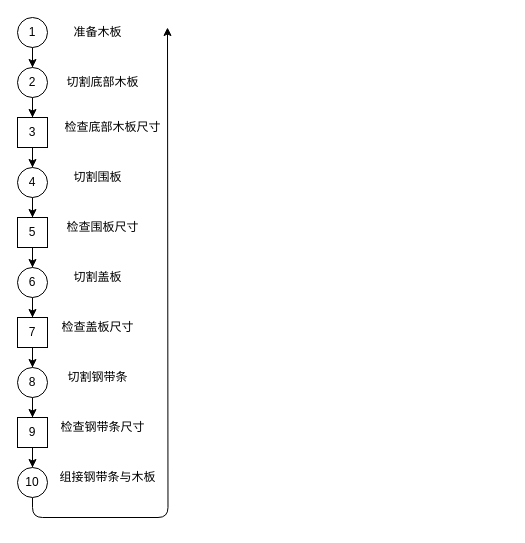
Above: 未命名绘图.drawio in ding-gif/ding-gif (draw.io), before the change. Source tidied: cells renumbered, new cells numbered last; positions are measured from the earlier drawing's top-left corner, leaving out a move shared by most shapes. Both pictures are drawn from the tidied source at 100%, with x=0, y=0 at pixel (17, 17).
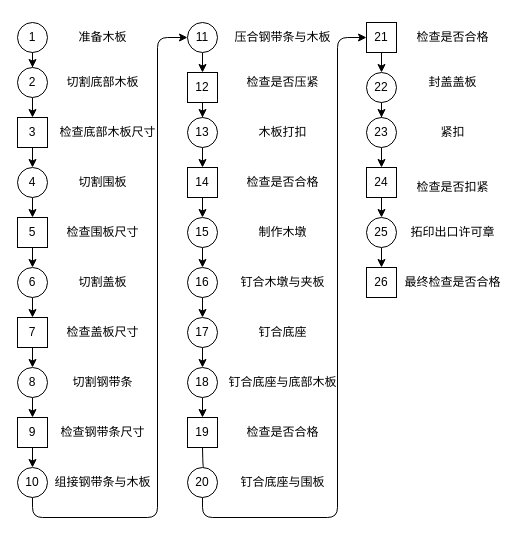
Above is the later version.

Unchanged cells that the change refers to:
```xml
<mxCell id="5" value="2" style="ellipse;whiteSpace=wrap;html=1;" parent="1" vertex="1">
  <mxGeometry y="50" width="30" height="30" as="geometry" />
</mxCell>
<mxCell id="7" value="3" style="whiteSpace=wrap;html=1;" parent="1" vertex="1">
  <mxGeometry y="100" width="30" height="30" as="geometry" />
</mxCell>
<mxCell id="12" value="4" style="ellipse;whiteSpace=wrap;html=1;" parent="1" vertex="1">
  <mxGeometry y="150" width="30" height="30" as="geometry" />
</mxCell>
<mxCell id="15" value="5" style="whiteSpace=wrap;html=1;" parent="1" vertex="1">
  <mxGeometry y="200" width="30" height="30" as="geometry" />
</mxCell>
<mxCell id="18" value="6" style="ellipse;whiteSpace=wrap;html=1;" parent="1" vertex="1">
  <mxGeometry y="250" width="30" height="30" as="geometry" />
</mxCell>
<mxCell id="21" value="7" style="whiteSpace=wrap;html=1;" parent="1" vertex="1">
  <mxGeometry y="300" width="30" height="30" as="geometry" />
</mxCell>
<mxCell id="24" value="8" style="ellipse;whiteSpace=wrap;html=1;" parent="1" vertex="1">
  <mxGeometry y="350" width="30" height="30" as="geometry" />
</mxCell>
<mxCell id="27" value="9" style="whiteSpace=wrap;html=1;" parent="1" vertex="1">
  <mxGeometry y="400" width="30" height="30" as="geometry" />
</mxCell>
<mxCell id="30" value="10" style="ellipse;whiteSpace=wrap;html=1;" parent="1" vertex="1">
  <mxGeometry y="450" width="30" height="30" as="geometry" />
</mxCell>
```

The edit, as a diff of the source:
```diff
@@
-    <mxCell id="2" style="edgeStyle=orthogonalEdgeStyle;rounded=0;jettySize=auto;html=1;" parent="1" edge="1" source="3" target="5">
+    <mxCell id="2" style="edgeStyle=orthogonalEdgeStyle;jettySize=auto;html=1;" parent="1" edge="1" source="3" target="5">
       <mxGeometry relative="1" as="geometry" />
     </mxCell>
     <mxCell id="3" value="1" style="ellipse;whiteSpace=wrap;html=1;" parent="1" vertex="1">
-      <mxGeometry width="30" height="30" as="geometry" />
+      <mxGeometry y="5" width="30" height="30" as="geometry" />
     </mxCell>
-    <mxCell id="4" style="edgeStyle=orthogonalEdgeStyle;rounded=0;jettySize=auto;html=1;" parent="1" edge="1" source="5" target="7">
+    <mxCell id="4" style="edgeStyle=orthogonalEdgeStyle;jettySize=auto;html=1;" parent="1" edge="1" source="5" target="7">
       <mxGeometry relative="1" as="geometry" />
     </mxCell>
@@
-    <mxCell id="6" style="edgeStyle=orthogonalEdgeStyle;rounded=0;jettySize=auto;html=1;" parent="1" edge="1" source="7" target="12">
+    <mxCell id="6" style="edgeStyle=orthogonalEdgeStyle;jettySize=auto;html=1;" parent="1" edge="1" source="7" target="12">
       <mxGeometry relative="1" as="geometry" />
     </mxCell>
@@
     <mxCell id="8" value="准备木板" style="text;html=1;align=center;verticalAlign=middle;strokeColor=none;" parent="1" vertex="1">
-      <mxGeometry x="50" y="5" width="60" height="20" as="geometry" />
+      <mxGeometry x="55" y="10" width="60" height="20" as="geometry" />
     </mxCell>
@@
     <mxCell id="10" value="检查底部木板尺寸" style="text;html=1;align=center;verticalAlign=middle;strokeColor=none;" parent="1" vertex="1">
-      <mxGeometry x="40" y="100" width="110" height="20" as="geometry" />
+      <mxGeometry x="35" y="105" width="110" height="20" as="geometry" />
     </mxCell>
-    <mxCell id="11" style="edgeStyle=orthogonalEdgeStyle;rounded=0;jettySize=auto;html=1;" parent="1" edge="1" source="12" target="15">
+    <mxCell id="11" style="edgeStyle=orthogonalEdgeStyle;jettySize=auto;html=1;" parent="1" edge="1" source="12" target="15">
       <mxGeometry relative="1" as="geometry" />
     </mxCell>
@@
     <mxCell id="13" value="切割围板" style="text;html=1;align=center;verticalAlign=middle;strokeColor=none;" parent="1" vertex="1">
-      <mxGeometry x="50" y="150" width="60" height="20" as="geometry" />
+      <mxGeometry x="55" y="155" width="60" height="20" as="geometry" />
     </mxCell>
-    <mxCell id="14" style="edgeStyle=orthogonalEdgeStyle;rounded=0;jettySize=auto;html=1;" parent="1" edge="1" source="15" target="18">
+    <mxCell id="14" style="edgeStyle=orthogonalEdgeStyle;jettySize=auto;html=1;" parent="1" edge="1" source="15" target="18">
       <mxGeometry relative="1" as="geometry" />
     </mxCell>
@@
     <mxCell id="16" value="检查围板尺寸" style="text;html=1;align=center;verticalAlign=middle;strokeColor=none;" parent="1" vertex="1">
-      <mxGeometry x="40" y="200" width="90" height="20" as="geometry" />
+      <mxGeometry x="40" y="205" width="90" height="20" as="geometry" />
     </mxCell>
-    <mxCell id="17" style="edgeStyle=orthogonalEdgeStyle;rounded=0;jettySize=auto;html=1;" parent="1" edge="1" source="18" target="21">
+    <mxCell id="17" style="edgeStyle=orthogonalEdgeStyle;jettySize=auto;html=1;" parent="1" edge="1" source="18" target="21">
       <mxGeometry relative="1" as="geometry" />
     </mxCell>
@@
     <mxCell id="19" value="切割盖板" style="text;html=1;align=center;verticalAlign=middle;strokeColor=none;" parent="1" vertex="1">
-      <mxGeometry x="50" y="250" width="60" height="20" as="geometry" />
+      <mxGeometry x="55" y="255" width="60" height="20" as="geometry" />
     </mxCell>
-    <mxCell id="20" style="edgeStyle=orthogonalEdgeStyle;rounded=0;jettySize=auto;html=1;" parent="1" edge="1" source="21" target="24">
+    <mxCell id="20" style="edgeStyle=orthogonalEdgeStyle;jettySize=auto;html=1;" parent="1" edge="1" source="21" target="24">
       <mxGeometry relative="1" as="geometry" />
     </mxCell>
@@
     <mxCell id="22" value="检查盖板尺寸" style="text;html=1;align=center;verticalAlign=middle;strokeColor=none;" parent="1" vertex="1">
-      <mxGeometry x="35" y="300" width="90" height="20" as="geometry" />
+      <mxGeometry x="40" y="305" width="90" height="20" as="geometry" />
     </mxCell>
-    <mxCell id="23" style="edgeStyle=orthogonalEdgeStyle;rounded=0;jettySize=auto;html=1;" parent="1" edge="1" source="24" target="27">
+    <mxCell id="23" style="edgeStyle=orthogonalEdgeStyle;jettySize=auto;html=1;" parent="1" edge="1" source="24" target="27">
       <mxGeometry relative="1" as="geometry" />
     </mxCell>
@@
     <mxCell id="25" value="切割钢带条" style="text;html=1;align=center;verticalAlign=middle;strokeColor=none;" parent="1" vertex="1">
-      <mxGeometry x="40" y="350" width="80" height="20" as="geometry" />
+      <mxGeometry x="45" y="355" width="80" height="20" as="geometry" />
     </mxCell>
-    <mxCell id="26" style="edgeStyle=orthogonalEdgeStyle;rounded=0;jettySize=auto;html=1;" parent="1" edge="1" source="27" target="30">
+    <mxCell id="26" style="edgeStyle=orthogonalEdgeStyle;jettySize=auto;html=1;" parent="1" edge="1" source="27" target="30">
       <mxGeometry relative="1" as="geometry" />
     </mxCell>
@@
     <mxCell id="28" value="检查钢带条尺寸" style="text;html=1;align=center;verticalAlign=middle;strokeColor=none;" parent="1" vertex="1">
-      <mxGeometry x="35" y="400" width="100" height="20" as="geometry" />
+      <mxGeometry x="35" y="405" width="100" height="20" as="geometry" />
     </mxCell>
-    <mxCell id="29" style="edgeStyle=orthogonalEdgeStyle;rounded=1;jettySize=auto;html=1;exitX=0.5;exitY=1;exitDx=0;exitDy=0;" parent="1" edge="1" source="30">
-      <mxGeometry relative="1" as="geometry">
-        <mxPoint x="150" y="10" as="targetPoint" />
-      </mxGeometry>
-    </mxCell>
+    <mxCell id="32" style="edgeStyle=orthogonalEdgeStyle;curved=0;rounded=1;sketch=0;jettySize=auto;html=1;exitX=0.5;exitY=1;exitDx=0;exitDy=0;entryX=0;entryY=0.5;entryDx=0;entryDy=0;" parent="1" edge="1" source="30" target="34">
+      <mxGeometry relative="1" as="geometry">
+        <Array as="points">
+          <mxPoint x="15" y="500" />
+          <mxPoint x="140" y="500" />
+          <mxPoint x="140" y="20" />
+        </Array>
+      </mxGeometry>
+    </mxCell>
@@
     <mxCell id="31" value="组接钢带条与木板" style="text;html=1;align=center;verticalAlign=middle;strokeColor=none;" parent="1" vertex="1">
-      <mxGeometry x="35" y="450" width="110" height="20" as="geometry" />
+      <mxGeometry x="30" y="455" width="110" height="20" as="geometry" />
     </mxCell>
+    <mxCell id="33" style="edgeStyle=orthogonalEdgeStyle;curved=0;rounded=1;sketch=0;jettySize=auto;html=1;entryX=0.5;entryY=0;entryDx=0;entryDy=0;" parent="1" edge="1" source="34" target="36">
+      <mxGeometry relative="1" as="geometry" />
+    </mxCell>
+    <mxCell id="34" value="11" style="ellipse;whiteSpace=wrap;html=1;sketch=0;" parent="1" vertex="1">
+      <mxGeometry x="170" y="5" width="30" height="30" as="geometry" />
+    </mxCell>
+    <mxCell id="35" style="edgeStyle=orthogonalEdgeStyle;curved=0;rounded=1;sketch=0;jettySize=auto;html=1;entryX=0.5;entryY=0;entryDx=0;entryDy=0;" parent="1" edge="1" source="36" target="38">
+      <mxGeometry relative="1" as="geometry" />
+    </mxCell>
+    <mxCell id="36" value="12" style="whiteSpace=wrap;html=1;sketch=0;" parent="1" vertex="1">
+      <mxGeometry x="170" y="55" width="30" height="30" as="geometry" />
+    </mxCell>
+    <mxCell id="37" style="edgeStyle=orthogonalEdgeStyle;curved=0;rounded=1;sketch=0;jettySize=auto;html=1;exitX=0.5;exitY=1;exitDx=0;exitDy=0;entryX=0.5;entryY=0;entryDx=0;entryDy=0;" parent="1" edge="1" source="38" target="40">
+      <mxGeometry relative="1" as="geometry" />
+    </mxCell>
+    <mxCell id="38" value="13" style="ellipse;whiteSpace=wrap;html=1;sketch=0;" parent="1" vertex="1">
+      <mxGeometry x="170" y="100" width="30" height="30" as="geometry" />
+    </mxCell>
+    <mxCell id="39" style="edgeStyle=orthogonalEdgeStyle;curved=0;rounded=1;sketch=0;jettySize=auto;html=1;exitX=0.5;exitY=1;exitDx=0;exitDy=0;entryX=0.5;entryY=0;entryDx=0;entryDy=0;" parent="1" edge="1" source="40" target="42">
+      <mxGeometry relative="1" as="geometry" />
+    </mxCell>
+    <mxCell id="40" value="14" style="whiteSpace=wrap;html=1;sketch=0;" parent="1" vertex="1">
+      <mxGeometry x="170" y="150" width="30" height="30" as="geometry" />
+    </mxCell>
+    <mxCell id="41" style="edgeStyle=orthogonalEdgeStyle;curved=0;rounded=1;sketch=0;jettySize=auto;html=1;exitX=0.5;exitY=1;exitDx=0;exitDy=0;entryX=0.5;entryY=0;entryDx=0;entryDy=0;" parent="1" edge="1" source="42" target="44">
+      <mxGeometry relative="1" as="geometry" />
+    </mxCell>
+    <mxCell id="42" value="15" style="ellipse;whiteSpace=wrap;html=1;sketch=0;" parent="1" vertex="1">
+      <mxGeometry x="170" y="200" width="30" height="30" as="geometry" />
+    </mxCell>
+    <mxCell id="43" style="edgeStyle=orthogonalEdgeStyle;curved=0;rounded=1;sketch=0;jettySize=auto;html=1;exitX=0.5;exitY=1;exitDx=0;exitDy=0;entryX=0.5;entryY=0;entryDx=0;entryDy=0;" parent="1" edge="1" source="44" target="46">
+      <mxGeometry relative="1" as="geometry" />
+    </mxCell>
+    <mxCell id="44" value="16" style="ellipse;whiteSpace=wrap;html=1;sketch=0;" parent="1" vertex="1">
+      <mxGeometry x="170" y="250" width="30" height="30" as="geometry" />
+    </mxCell>
+    <mxCell id="45" style="edgeStyle=orthogonalEdgeStyle;curved=0;rounded=1;sketch=0;jettySize=auto;html=1;" parent="1" edge="1" source="46" target="48">
+      <mxGeometry relative="1" as="geometry" />
+    </mxCell>
+    <mxCell id="46" value="17" style="ellipse;whiteSpace=wrap;html=1;sketch=0;" parent="1" vertex="1">
+      <mxGeometry x="170" y="300" width="30" height="30" as="geometry" />
+    </mxCell>
+    <mxCell id="47" style="edgeStyle=orthogonalEdgeStyle;curved=0;rounded=1;sketch=0;jettySize=auto;html=1;" parent="1" edge="1" source="48">
+      <mxGeometry relative="1" as="geometry">
+        <mxPoint x="185" y="400" as="targetPoint" />
+      </mxGeometry>
+    </mxCell>
+    <mxCell id="48" value="18" style="ellipse;whiteSpace=wrap;html=1;sketch=0;" parent="1" vertex="1">
+      <mxGeometry x="170" y="350" width="30" height="30" as="geometry" />
+    </mxCell>
+    <mxCell id="49" style="edgeStyle=orthogonalEdgeStyle;curved=0;rounded=1;sketch=0;jettySize=auto;html=1;" parent="1" edge="1" target="51">
+      <mxGeometry relative="1" as="geometry">
+        <mxPoint x="185" y="430" as="sourcePoint" />
+      </mxGeometry>
+    </mxCell>
+    <mxCell id="50" style="edgeStyle=orthogonalEdgeStyle;curved=0;rounded=1;sketch=0;jettySize=auto;html=1;exitX=0.5;exitY=1;exitDx=0;exitDy=0;entryX=0;entryY=0.5;entryDx=0;entryDy=0;" parent="1" edge="1" source="51">
+      <mxGeometry relative="1" as="geometry">
+        <mxPoint x="349" y="20" as="targetPoint" />
+        <Array as="points">
+          <mxPoint x="185" y="500" />
+          <mxPoint x="320" y="500" />
+          <mxPoint x="320" y="20" />
+        </Array>
+      </mxGeometry>
+    </mxCell>
+    <mxCell id="51" value="20" style="ellipse;whiteSpace=wrap;html=1;sketch=0;" parent="1" vertex="1">
+      <mxGeometry x="170" y="450" width="30" height="30" as="geometry" />
+    </mxCell>
+    <mxCell id="52" value="压合钢带条与木板" style="text;html=1;align=center;verticalAlign=middle;strokeColor=none;" parent="1" vertex="1">
+      <mxGeometry x="210" y="10" width="110" height="20" as="geometry" />
+    </mxCell>
+    <mxCell id="53" value="检查是否压紧" style="text;html=1;align=center;verticalAlign=middle;strokeColor=none;" parent="1" vertex="1">
+      <mxGeometry x="220" y="55" width="90" height="20" as="geometry" />
+    </mxCell>
+    <mxCell id="54" value="木板打扣" style="text;html=1;align=center;verticalAlign=middle;strokeColor=none;" parent="1" vertex="1">
+      <mxGeometry x="235" y="105" width="60" height="20" as="geometry" />
+    </mxCell>
+    <mxCell id="55" value="检查是否合格" style="text;html=1;align=center;verticalAlign=middle;strokeColor=none;" parent="1" vertex="1">
+      <mxGeometry x="220" y="155" width="90" height="20" as="geometry" />
+    </mxCell>
+    <mxCell id="56" value="制作木墩" style="text;html=1;align=center;verticalAlign=middle;strokeColor=none;" parent="1" vertex="1">
+      <mxGeometry x="235" y="205" width="60" height="20" as="geometry" />
+    </mxCell>
+    <mxCell id="57" value="钉合木墩与夹板" style="text;html=1;align=center;verticalAlign=middle;strokeColor=none;" parent="1" vertex="1">
+      <mxGeometry x="215" y="255" width="100" height="20" as="geometry" />
+    </mxCell>
+    <mxCell id="58" value="钉合底座" style="text;html=1;align=center;verticalAlign=middle;strokeColor=none;" parent="1" vertex="1">
+      <mxGeometry x="235" y="305" width="60" height="20" as="geometry" />
+    </mxCell>
+    <mxCell id="59" value="钉合底座与底部木板" style="text;html=1;align=center;verticalAlign=middle;strokeColor=none;" parent="1" vertex="1">
+      <mxGeometry x="205" y="355" width="120" height="20" as="geometry" />
+    </mxCell>
+    <mxCell id="60" value="检查是否合格" style="text;html=1;align=center;verticalAlign=middle;strokeColor=none;" parent="1" vertex="1">
+      <mxGeometry x="220" y="405" width="90" height="20" as="geometry" />
+    </mxCell>
+    <mxCell id="61" value="19" style="whiteSpace=wrap;html=1;sketch=0;" parent="1" vertex="1">
+      <mxGeometry x="170" y="400" width="30" height="30" as="geometry" />
+    </mxCell>
+    <mxCell id="62" value="钉合底座与围板" style="text;html=1;align=center;verticalAlign=middle;strokeColor=none;" parent="1" vertex="1">
+      <mxGeometry x="215" y="455" width="100" height="20" as="geometry" />
+    </mxCell>
+    <mxCell id="63" style="edgeStyle=orthogonalEdgeStyle;curved=0;rounded=1;sketch=0;jettySize=auto;html=1;exitX=0.5;exitY=1;exitDx=0;exitDy=0;entryX=0.5;entryY=0;entryDx=0;entryDy=0;" parent="1" edge="1" source="64" target="66">
+      <mxGeometry relative="1" as="geometry" />
+    </mxCell>
+    <mxCell id="64" value="21" style="whiteSpace=wrap;html=1;sketch=0;" parent="1" vertex="1">
+      <mxGeometry x="349" y="5" width="30" height="30" as="geometry" />
+    </mxCell>
+    <mxCell id="65" style="edgeStyle=orthogonalEdgeStyle;curved=0;rounded=1;sketch=0;jettySize=auto;html=1;" parent="1" edge="1" source="66" target="68">
+      <mxGeometry relative="1" as="geometry" />
+    </mxCell>
+    <mxCell id="66" value="22" style="ellipse;whiteSpace=wrap;html=1;sketch=0;" parent="1" vertex="1">
+      <mxGeometry x="349" y="55" width="30" height="30" as="geometry" />
+    </mxCell>
+    <mxCell id="67" style="edgeStyle=orthogonalEdgeStyle;curved=0;rounded=1;sketch=0;jettySize=auto;html=1;exitX=0.5;exitY=1;exitDx=0;exitDy=0;" parent="1" edge="1" source="68" target="70">
+      <mxGeometry relative="1" as="geometry" />
+    </mxCell>
+    <mxCell id="68" value="23" style="ellipse;whiteSpace=wrap;html=1;sketch=0;" parent="1" vertex="1">
+      <mxGeometry x="349" y="100" width="30" height="30" as="geometry" />
+    </mxCell>
+    <mxCell id="69" style="edgeStyle=orthogonalEdgeStyle;curved=0;rounded=1;sketch=0;jettySize=auto;html=1;exitX=0.5;exitY=1;exitDx=0;exitDy=0;entryX=0.5;entryY=0;entryDx=0;entryDy=0;" parent="1" edge="1" source="70" target="72">
+      <mxGeometry relative="1" as="geometry" />
+    </mxCell>
+    <mxCell id="70" value="24" style="whiteSpace=wrap;html=1;sketch=0;" parent="1" vertex="1">
+      <mxGeometry x="349" y="150" width="30" height="30" as="geometry" />
+    </mxCell>
+    <mxCell id="71" style="edgeStyle=orthogonalEdgeStyle;curved=0;rounded=1;sketch=0;jettySize=auto;html=1;exitX=0.5;exitY=1;exitDx=0;exitDy=0;" parent="1" edge="1" source="72" target="73">
+      <mxGeometry relative="1" as="geometry" />
+    </mxCell>
+    <mxCell id="72" value="25" style="ellipse;whiteSpace=wrap;html=1;sketch=0;" parent="1" vertex="1">
+      <mxGeometry x="349" y="200" width="30" height="30" as="geometry" />
+    </mxCell>
+    <mxCell id="73" value="26" style="whiteSpace=wrap;html=1;sketch=0;" parent="1" vertex="1">
+      <mxGeometry x="349" y="250" width="30" height="30" as="geometry" />
+    </mxCell>
+    <mxCell id="74" value="检查是否合格" style="text;html=1;align=center;verticalAlign=middle;strokeColor=none;" parent="1" vertex="1">
+      <mxGeometry x="390" y="10" width="90" height="20" as="geometry" />
+    </mxCell>
+    <mxCell id="75" value="封盖盖板" style="text;html=1;align=center;verticalAlign=middle;strokeColor=none;" parent="1" vertex="1">
+      <mxGeometry x="405" y="55" width="60" height="20" as="geometry" />
+    </mxCell>
+    <mxCell id="76" value="紧扣" style="text;html=1;align=center;verticalAlign=middle;strokeColor=none;" parent="1" vertex="1">
+      <mxGeometry x="415" y="105" width="40" height="20" as="geometry" />
+    </mxCell>
+    <mxCell id="77" value="检查是否扣紧" style="text;html=1;align=center;verticalAlign=middle;strokeColor=none;" parent="1" vertex="1">
+      <mxGeometry x="390" y="160" width="90" height="20" as="geometry" />
+    </mxCell>
+    <mxCell id="78" value="拓印出口许可章" style="text;html=1;align=center;verticalAlign=middle;strokeColor=none;" parent="1" vertex="1">
+      <mxGeometry x="385" y="205" width="100" height="20" as="geometry" />
+    </mxCell>
+    <mxCell id="79" value="最终检查是否合格" style="text;html=1;align=center;verticalAlign=middle;strokeColor=none;" parent="1" vertex="1">
+      <mxGeometry x="380" y="255" width="110" height="20" as="geometry" />
+    </mxCell>
```
